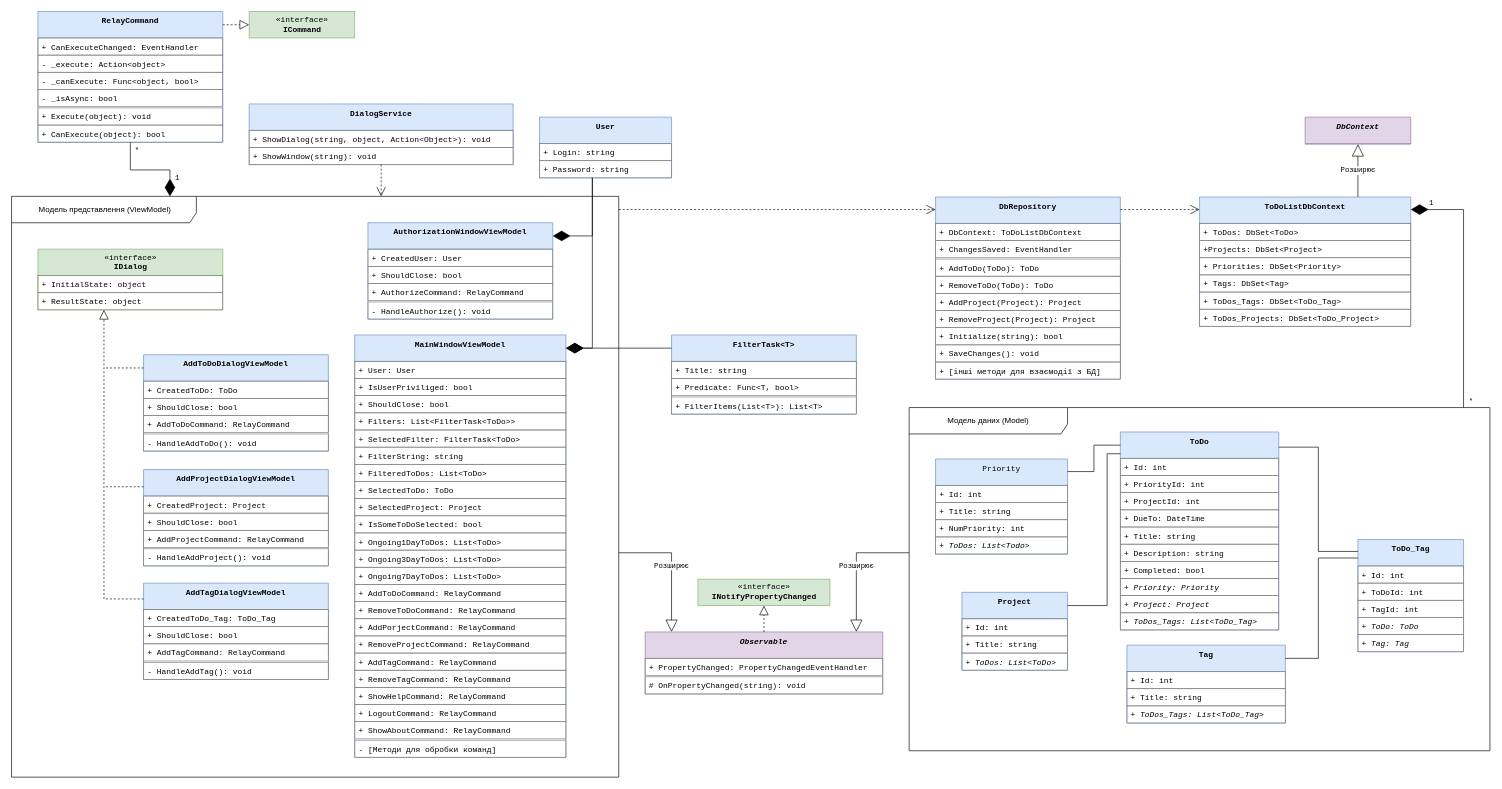
stragesnight/.NET_course_project keeps this draw.io diagram as docs/class_diagram.drawio. Above is the earlier version. Source tidied: cells renumbered, new cells numbered last; positions are measured from the earlier drawing's top-left corner, leaving out a move shared by most shapes. Both pictures are drawn from the tidied source at 66%, with x=0, y=0 at pixel (11, 11).
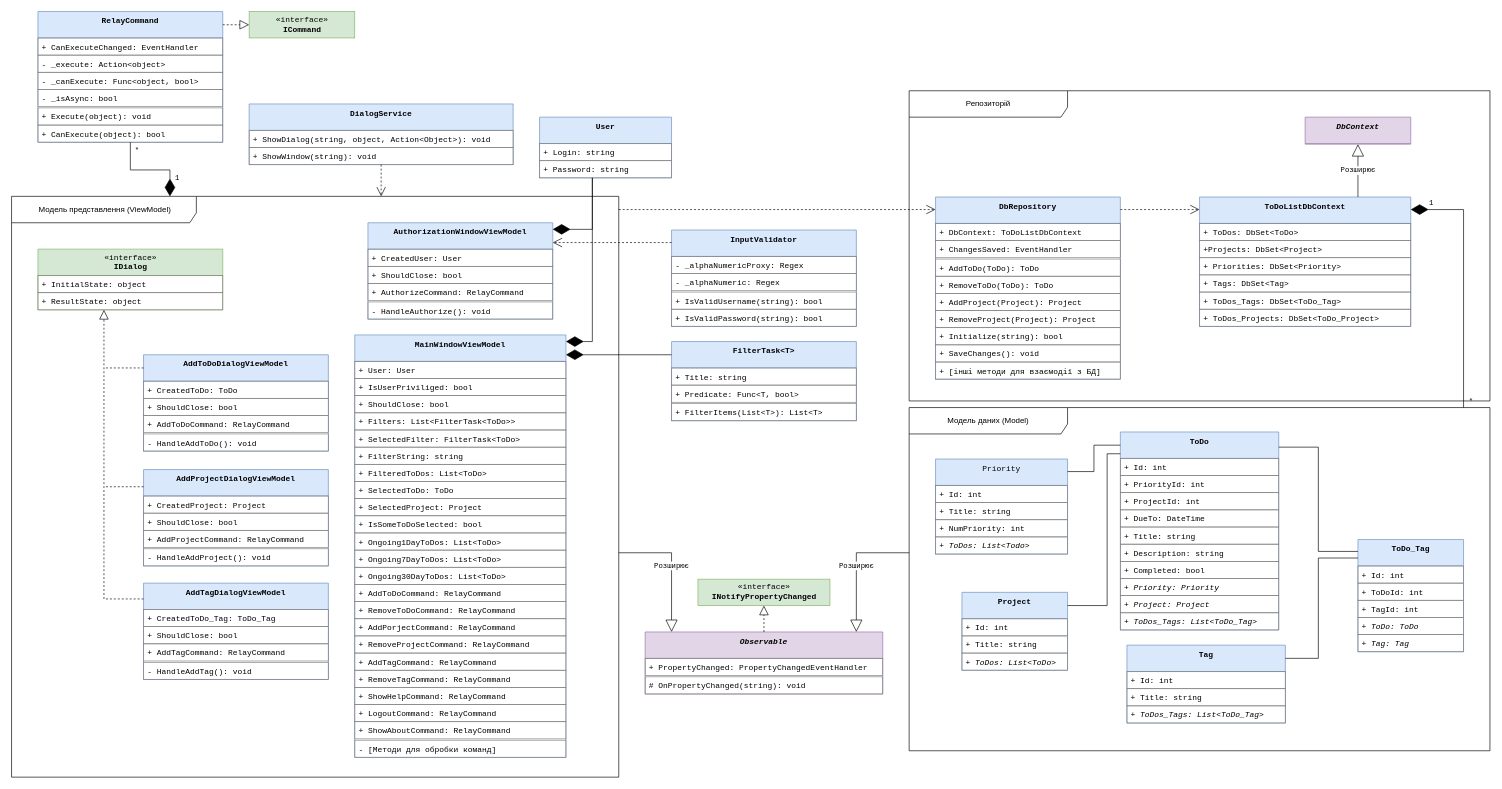
The same page after the edit.

Commit message (it also covers changes not shown here):
Оновлення діаграми класів

Unchanged cells that the change refers to:
```xml
<mxCell id="20" value="AuthorizationWindowViewModel" style="swimlane;fontStyle=1;align=center;verticalAlign=top;horizontal=1;startSize=40;fontFamily=Courier New;fillColor=#dae8fc;strokeColor=#6c8ebf;" parent="1" vertex="1">
  <mxGeometry x="540" y="320" width="280" height="146" as="geometry" />
</mxCell>
<mxCell id="83" value="MainWindowViewModel" style="swimlane;fontStyle=1;align=center;verticalAlign=top;horizontal=1;startSize=40;fontFamily=Courier New;fillColor=#dae8fc;strokeColor=#6c8ebf;" parent="1" vertex="1">
  <mxGeometry x="520" y="490" width="320" height="640" as="geometry" />
</mxCell>
<mxCell id="134" value="User" style="swimlane;fontStyle=1;align=center;verticalAlign=top;horizontal=1;startSize=40;fontFamily=Courier New;fillColor=#dae8fc;strokeColor=#6c8ebf;" parent="1" vertex="1">
  <mxGeometry x="800" y="160" width="200" height="92" as="geometry" />
</mxCell>
```

What changed in the source:
```diff
@@
-    <mxCell id="95" value="+ Ongoing3DayToDos: List&lt;ToDo&gt;" style="text;strokeColor=#808080;fillColor=none;align=left;verticalAlign=top;spacingLeft=4;spacingRight=4;overflow=hidden;fontFamily=Courier New;" parent="83" vertex="1">
+    <mxCell id="95" value="+ Ongoing7DayToDos: List&lt;ToDo&gt;" style="text;strokeColor=#808080;fillColor=none;align=left;verticalAlign=top;spacingLeft=4;spacingRight=4;overflow=hidden;fontFamily=Courier New;" parent="83" vertex="1">
       <mxGeometry y="326" width="320" height="26" as="geometry" />
     </mxCell>
-    <mxCell id="96" value="+ Ongoing7DayToDos: List&lt;ToDo&gt;" style="text;strokeColor=#808080;fillColor=none;align=left;verticalAlign=top;spacingLeft=4;spacingRight=4;overflow=hidden;fontFamily=Courier New;" parent="83" vertex="1">
+    <mxCell id="96" value="+ Ongoing30DayToDos: List&lt;ToDo&gt;" style="text;strokeColor=#808080;fillColor=none;align=left;verticalAlign=top;spacingLeft=4;spacingRight=4;overflow=hidden;fontFamily=Courier New;" parent="83" vertex="1">
       <mxGeometry y="352" width="320" height="26" as="geometry" />
     </mxCell>
@@
     <mxCell id="137" style="endArrow=diamondThin;endFill=1;endSize=24;html=1;rounded=0;fontFamily=Courier New;edgeStyle=orthogonalEdgeStyle;sketch=0;" parent="1" edge="1" source="134" target="20">
       <mxGeometry x="-0.94" y="-10" relative="1" as="geometry">
         <Array as="points">
-          <mxPoint x="880" y="340" />
+          <mxPoint x="880" y="330" />
         </Array>
       </mxGeometry>
     </mxCell>
     <mxCell id="138" style="endArrow=diamondThin;endFill=1;endSize=24;html=1;rounded=0;fontFamily=Courier New;edgeStyle=orthogonalEdgeStyle;sketch=0;" parent="1" edge="1" source="134" target="83">
       <mxGeometry x="-0.94" y="-10" relative="1" as="geometry">
         <Array as="points">
-          <mxPoint x="880" y="510" />
+          <mxPoint x="880" y="500" />
         </Array>
       </mxGeometry>
     </mxCell>
@@
     <mxCell id="146" value="FilterTask&lt;T&gt;" style="swimlane;fontStyle=1;align=center;verticalAlign=top;horizontal=1;startSize=40;fontFamily=Courier New;fillColor=#dae8fc;strokeColor=#6c8ebf;" parent="1" vertex="1">
-      <mxGeometry x="1000" y="490" width="280" height="120" as="geometry" />
+      <mxGeometry x="1000" y="500" width="280" height="120" as="geometry" />
     </mxCell>
@@
     <mxCell id="151" style="endArrow=diamondThin;endFill=1;endSize=24;html=1;rounded=0;fontFamily=Courier New;edgeStyle=orthogonalEdgeStyle;sketch=0;" parent="1" edge="1" source="146" target="83">
       <mxGeometry x="-0.94" y="-10" relative="1" as="geometry">
         <Array as="points">
-          <mxPoint x="900" y="510" />
-          <mxPoint x="900" y="510" />
+          <mxPoint x="960" y="520" />
+          <mxPoint x="960" y="520" />
         </Array>
       </mxGeometry>
     </mxCell>
@@
+    <mxCell id="153" value="InputValidator" style="swimlane;fontStyle=1;align=center;verticalAlign=top;horizontal=1;startSize=40;fontFamily=Courier New;fillColor=#dae8fc;strokeColor=#6c8ebf;" parent="1" vertex="1">
+      <mxGeometry x="1000" y="331" width="280" height="146" as="geometry" />
+    </mxCell>
+    <mxCell id="154" value="- _alphaNumericProxy: Regex" style="text;strokeColor=#808080;fillColor=none;align=left;verticalAlign=top;spacingLeft=4;spacingRight=4;overflow=hidden;fontFamily=Courier New;" parent="153" vertex="1">
+      <mxGeometry y="40" width="280" height="26" as="geometry" />
+    </mxCell>
+    <mxCell id="155" value="- _alphaNumeric: Regex" style="text;strokeColor=#808080;fillColor=none;align=left;verticalAlign=top;spacingLeft=4;spacingRight=4;overflow=hidden;fontFamily=Courier New;" parent="153" vertex="1">
+      <mxGeometry y="66" width="280" height="26" as="geometry" />
+    </mxCell>
+    <mxCell id="156" style="line;strokeWidth=2;fillColor=none;align=left;verticalAlign=middle;spacingTop=-1;spacingLeft=3;spacingRight=3;labelPosition=right;rotation=0;strokeColor=none;" parent="153" vertex="1">
+      <mxGeometry y="92" width="280" height="2" as="geometry" />
+    </mxCell>
+    <mxCell id="157" value="+ IsValidUsername(string): bool" style="text;strokeColor=#808080;fillColor=none;align=left;verticalAlign=top;spacingLeft=4;spacingRight=4;overflow=hidden;fontFamily=Courier New;" parent="153" vertex="1">
+      <mxGeometry y="94" width="280" height="26" as="geometry" />
+    </mxCell>
+    <mxCell id="158" value="+ IsValidPassword(string): bool" style="text;strokeColor=#808080;fillColor=none;align=left;verticalAlign=top;spacingLeft=4;spacingRight=4;overflow=hidden;fontFamily=Courier New;" parent="153" vertex="1">
+      <mxGeometry y="120" width="280" height="26" as="geometry" />
+    </mxCell>
+    <mxCell id="159" style="endArrow=open;endSize=12;dashed=1;html=1;rounded=0;edgeStyle=orthogonalEdgeStyle;" parent="1" edge="1" source="153" target="20">
+      <mxGeometry relative="1" as="geometry">
+        <Array as="points">
+          <mxPoint x="920" y="350" />
+          <mxPoint x="920" y="350" />
+        </Array>
+      </mxGeometry>
+    </mxCell>
+    <mxCell id="160" value="Репозиторій" style="shape=umlFrame;whiteSpace=wrap;html=1;width=240;height=40;" parent="1" vertex="1">
+      <mxGeometry x="1360" y="120" width="880" height="470" as="geometry" />
+    </mxCell>
```
